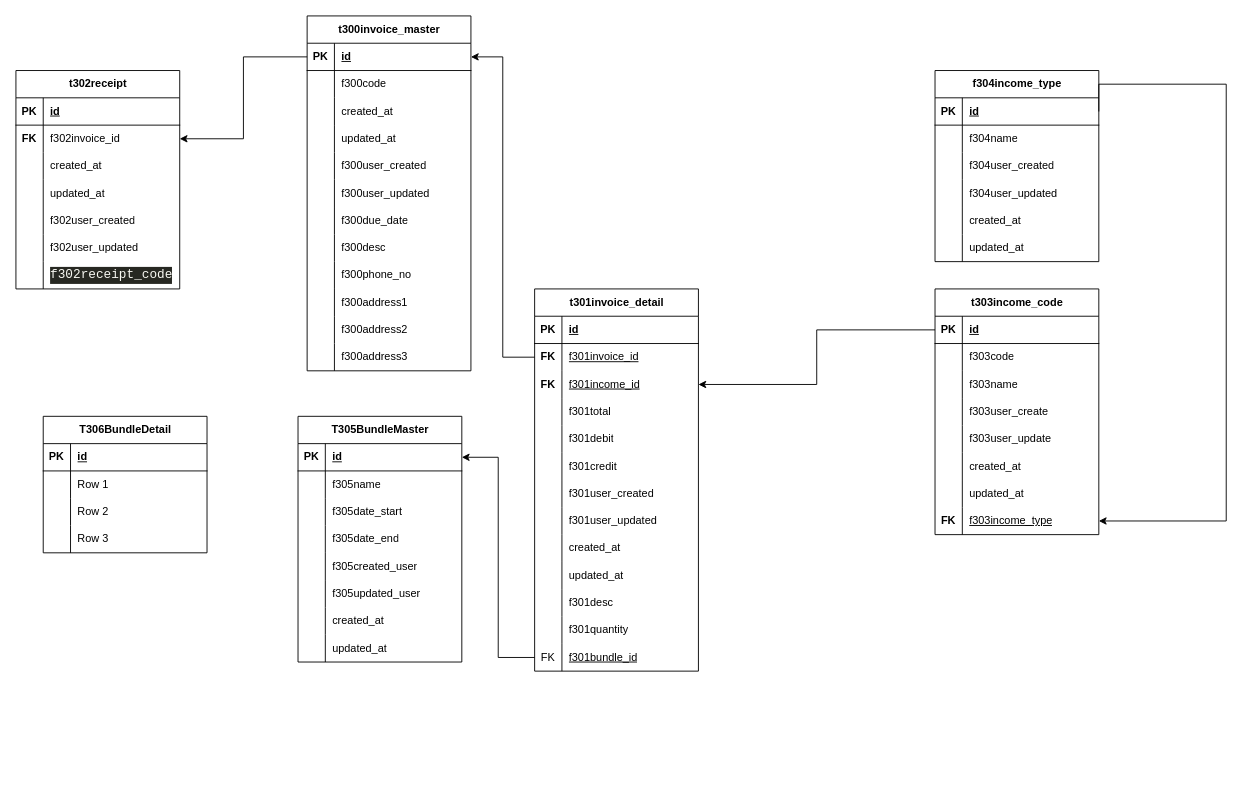
Before: page "Billing Management" (2 of 4) of rentall_app.drawio in harishaikal940322/diagram, a draw.io diagram. Source tidied: cells renumbered, new cells numbered last; positions are measured from the earlier drawing's top-left corner, leaving out a move shared by most shapes. Both pictures are drawn from the tidied source at 91%, with x=0, y=0 at pixel (15, 15).
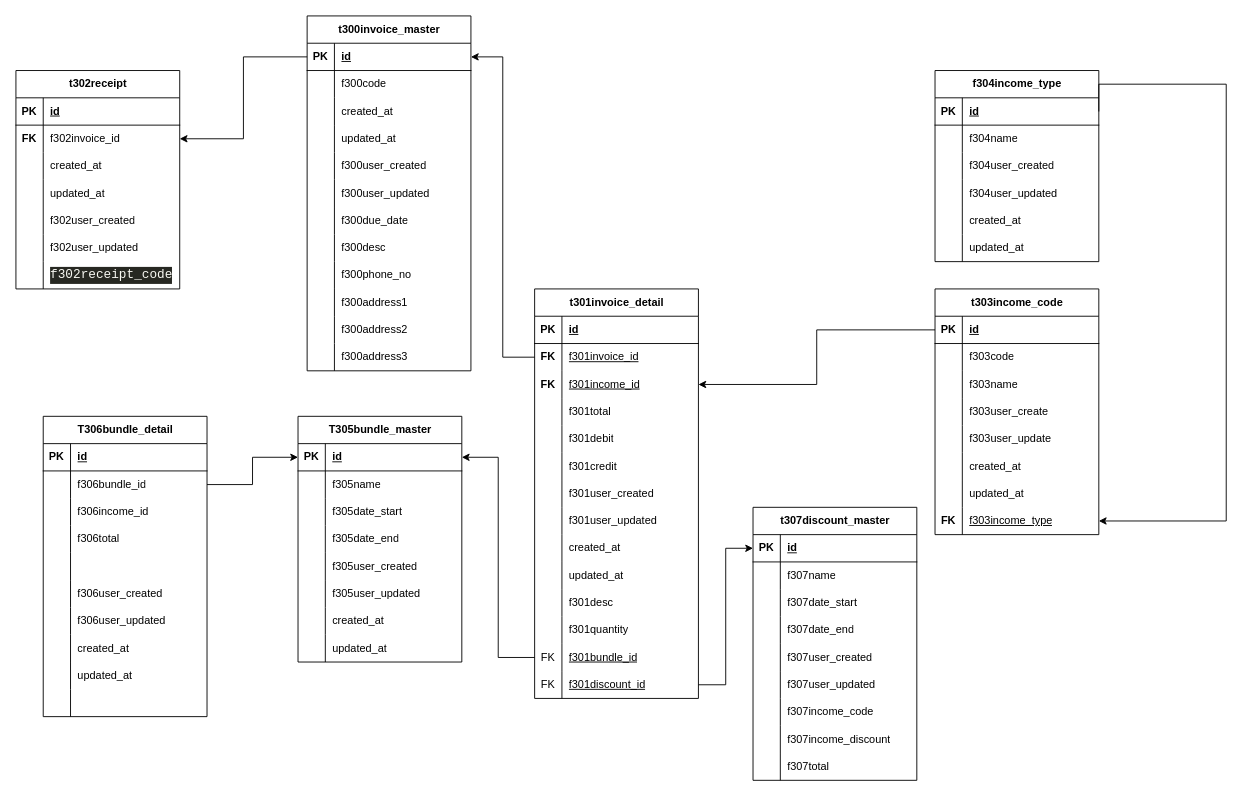
Above is the later version.

The change refers to these unchanged cells:
```xml
<mxCell id="150" style="shape=tableRow;horizontal=0;startSize=0;swimlaneHead=0;swimlaneBody=0;fillColor=none;points=[[0,0.5],[1,0.5]];portConstraint=eastwest;top=0;left=0;right=0;bottom=1;" parent="149" vertex="1">
  <mxGeometry y="30" width="180" height="30" as="geometry" />
</mxCell>
<mxCell id="162" style="shape=tableRow;horizontal=0;startSize=0;swimlaneHead=0;swimlaneBody=0;fillColor=none;top=0;left=0;right=0;bottom=0;" parent="149" vertex="1">
  <mxGeometry y="150" width="180" height="30" as="geometry" />
</mxCell>
<mxCell id="165" style="shape=tableRow;horizontal=0;startSize=0;swimlaneHead=0;swimlaneBody=0;fillColor=none;top=0;left=0;right=0;bottom=0;" parent="149" vertex="1">
  <mxGeometry y="180" width="180" height="30" as="geometry" />
</mxCell>
<mxCell id="179" style="shape=tableRow;horizontal=0;startSize=0;swimlaneHead=0;swimlaneBody=0;fillColor=none;points=[[0,0.5],[1,0.5]];portConstraint=eastwest;top=0;left=0;right=0;bottom=0;" parent="175" vertex="1">
  <mxGeometry y="60" width="180" height="30" as="geometry" />
</mxCell>
<mxCell id="182" style="shape=tableRow;horizontal=0;startSize=0;swimlaneHead=0;swimlaneBody=0;fillColor=none;top=0;left=0;right=0;bottom=0;" parent="175" vertex="1">
  <mxGeometry y="90" width="180" height="30" as="geometry" />
</mxCell>
<mxCell id="185" style="shape=tableRow;horizontal=0;startSize=0;swimlaneHead=0;swimlaneBody=0;fillColor=none;top=0;left=0;right=0;bottom=0;" parent="175" vertex="1">
  <mxGeometry y="120" width="180" height="30" as="geometry" />
</mxCell>
```

Change to the diagram source:
```diff
@@
     <mxCell id="61" value="t301invoice_detail" style="shape=table;startSize=30;childLayout=tableLayout;rowLines=0;fontStyle=1;align=center;html=1;" parent="1" vertex="1">
-      <mxGeometry x="570" y="300" width="180" height="420" as="geometry" />
+      <mxGeometry x="570" y="300" width="180" height="450" as="geometry" />
     </mxCell>
@@
+    <mxCell id="188" style="shape=tableRow;horizontal=0;startSize=0;swimlaneHead=0;swimlaneBody=0;fillColor=none;points=[[0,0.5],[1,0.5]];portConstraint=eastwest;top=0;left=0;right=0;bottom=0;" parent="61" vertex="1">
+      <mxGeometry y="420" width="180" height="30" as="geometry" />
+    </mxCell>
+    <mxCell id="189" value="FK" style="shape=partialRectangle;fillColor=none;top=0;left=0;bottom=0;right=0;overflow=hidden;whiteSpace=wrap;html=1;" parent="188" vertex="1">
+      <mxGeometry width="30" height="30" as="geometry" />
+    </mxCell>
+    <mxCell id="190" value="&lt;u&gt;f301discount_id&lt;/u&gt;" style="shape=partialRectangle;fillColor=none;top=0;left=0;bottom=0;right=0;align=left;spacingLeft=6;overflow=hidden;whiteSpace=wrap;html=1;" parent="188" vertex="1">
+      <mxGeometry x="30" width="150" height="30" as="geometry" />
+    </mxCell>
@@
-    <mxCell id="149" value="T305BundleMaster" style="shape=table;startSize=30;childLayout=tableLayout;rowLines=0;fontStyle=1;align=center;html=1;" parent="1" vertex="1">
+    <mxCell id="149" value="T305bundle_master" style="shape=table;startSize=30;childLayout=tableLayout;rowLines=0;fontStyle=1;align=center;html=1;" parent="1" vertex="1">
       <mxGeometry x="310" y="440" width="180" height="270" as="geometry" />
     </mxCell>
@@
-    <mxCell id="164" value="f305created_user" style="shape=partialRectangle;fillColor=none;top=0;left=0;bottom=0;right=0;align=left;spacingLeft=6;overflow=hidden;whiteSpace=wrap;html=1;" parent="162" vertex="1">
+    <mxCell id="164" value="f305user_created" style="shape=partialRectangle;fillColor=none;top=0;left=0;bottom=0;right=0;align=left;spacingLeft=6;overflow=hidden;whiteSpace=wrap;html=1;" parent="162" vertex="1">
       <mxGeometry x="30" width="150" height="30" as="geometry" />
     </mxCell>
@@
-    <mxCell id="167" value="f305updated_user" style="shape=partialRectangle;fillColor=none;top=0;left=0;bottom=0;right=0;align=left;spacingLeft=6;overflow=hidden;whiteSpace=wrap;html=1;" parent="165" vertex="1">
+    <mxCell id="167" value="f305user_updated" style="shape=partialRectangle;fillColor=none;top=0;left=0;bottom=0;right=0;align=left;spacingLeft=6;overflow=hidden;whiteSpace=wrap;html=1;" parent="165" vertex="1">
       <mxGeometry x="30" width="150" height="30" as="geometry" />
     </mxCell>
@@
-    <mxCell id="175" value="T306BundleDetail" style="shape=table;startSize=30;childLayout=tableLayout;rowLines=0;fontStyle=1;align=center;html=1;" parent="1" vertex="1">
-      <mxGeometry x="30" y="440" width="180" height="150" as="geometry" />
+    <mxCell id="175" value="T306bundle_detail" style="shape=table;startSize=30;childLayout=tableLayout;rowLines=0;fontStyle=1;align=center;html=1;" parent="1" vertex="1">
+      <mxGeometry x="30" y="440" width="180" height="330" as="geometry" />
     </mxCell>
@@
-    <mxCell id="181" value="Row 1" style="shape=partialRectangle;fillColor=none;top=0;left=0;bottom=0;right=0;align=left;spacingLeft=6;overflow=hidden;whiteSpace=wrap;html=1;" parent="179" vertex="1">
+    <mxCell id="181" value="f306bundle_id" style="shape=partialRectangle;fillColor=none;top=0;left=0;bottom=0;right=0;align=left;spacingLeft=6;overflow=hidden;whiteSpace=wrap;html=1;" parent="179" vertex="1">
       <mxGeometry x="30" width="150" height="30" as="geometry" />
     </mxCell>
@@
-    <mxCell id="184" value="Row 2" style="shape=partialRectangle;fillColor=none;top=0;left=0;bottom=0;right=0;align=left;spacingLeft=6;overflow=hidden;whiteSpace=wrap;html=1;" parent="182" vertex="1">
+    <mxCell id="184" value="f306income_id" style="shape=partialRectangle;fillColor=none;top=0;left=0;bottom=0;right=0;align=left;spacingLeft=6;overflow=hidden;whiteSpace=wrap;html=1;" parent="182" vertex="1">
       <mxGeometry x="30" width="150" height="30" as="geometry" />
     </mxCell>
@@
-    <mxCell id="187" value="Row 3" style="shape=partialRectangle;fillColor=none;top=0;left=0;bottom=0;right=0;align=left;spacingLeft=6;overflow=hidden;whiteSpace=wrap;html=1;" parent="185" vertex="1">
+    <mxCell id="187" value="f306total" style="shape=partialRectangle;fillColor=none;top=0;left=0;bottom=0;right=0;align=left;spacingLeft=6;overflow=hidden;whiteSpace=wrap;html=1;" parent="185" vertex="1">
       <mxGeometry x="30" width="150" height="30" as="geometry" />
     </mxCell>
+    <mxCell id="191" style="shape=tableRow;horizontal=0;startSize=0;swimlaneHead=0;swimlaneBody=0;fillColor=none;top=0;left=0;right=0;bottom=0;" parent="175" vertex="1">
+      <mxGeometry y="150" width="180" height="30" as="geometry" />
+    </mxCell>
+    <mxCell id="192" style="shape=partialRectangle;fillColor=none;top=0;left=0;bottom=0;right=0;overflow=hidden;whiteSpace=wrap;html=1;" parent="191" vertex="1">
+      <mxGeometry width="30" height="30" as="geometry" />
+    </mxCell>
+    <mxCell id="193" style="shape=partialRectangle;fillColor=none;top=0;left=0;bottom=0;right=0;align=left;spacingLeft=6;overflow=hidden;whiteSpace=wrap;html=1;" parent="191" vertex="1">
+      <mxGeometry x="30" width="150" height="30" as="geometry" />
+    </mxCell>
+    <mxCell id="194" style="shape=tableRow;horizontal=0;startSize=0;swimlaneHead=0;swimlaneBody=0;fillColor=none;top=0;left=0;right=0;bottom=0;" parent="175" vertex="1">
+      <mxGeometry y="180" width="180" height="30" as="geometry" />
+    </mxCell>
+    <mxCell id="195" style="shape=partialRectangle;fillColor=none;top=0;left=0;bottom=0;right=0;overflow=hidden;whiteSpace=wrap;html=1;" parent="194" vertex="1">
+      <mxGeometry width="30" height="30" as="geometry" />
+    </mxCell>
+    <mxCell id="196" value="f306user_created" style="shape=partialRectangle;fillColor=none;top=0;left=0;bottom=0;right=0;align=left;spacingLeft=6;overflow=hidden;whiteSpace=wrap;html=1;" parent="194" vertex="1">
+      <mxGeometry x="30" width="150" height="30" as="geometry" />
+    </mxCell>
+    <mxCell id="197" style="shape=tableRow;horizontal=0;startSize=0;swimlaneHead=0;swimlaneBody=0;fillColor=none;top=0;left=0;right=0;bottom=0;" parent="175" vertex="1">
+      <mxGeometry y="210" width="180" height="30" as="geometry" />
+    </mxCell>
+    <mxCell id="198" style="shape=partialRectangle;fillColor=none;top=0;left=0;bottom=0;right=0;overflow=hidden;whiteSpace=wrap;html=1;" parent="197" vertex="1">
+      <mxGeometry width="30" height="30" as="geometry" />
+    </mxCell>
+    <mxCell id="199" value="f306user_updated" style="shape=partialRectangle;fillColor=none;top=0;left=0;bottom=0;right=0;align=left;spacingLeft=6;overflow=hidden;whiteSpace=wrap;html=1;" parent="197" vertex="1">
+      <mxGeometry x="30" width="150" height="30" as="geometry" />
+    </mxCell>
+    <mxCell id="200" style="shape=tableRow;horizontal=0;startSize=0;swimlaneHead=0;swimlaneBody=0;fillColor=none;top=0;left=0;right=0;bottom=0;" parent="175" vertex="1">
+      <mxGeometry y="240" width="180" height="30" as="geometry" />
+    </mxCell>
+    <mxCell id="201" style="shape=partialRectangle;fillColor=none;top=0;left=0;bottom=0;right=0;overflow=hidden;whiteSpace=wrap;html=1;" parent="200" vertex="1">
+      <mxGeometry width="30" height="30" as="geometry" />
+    </mxCell>
+    <mxCell id="202" value="created_at" style="shape=partialRectangle;fillColor=none;top=0;left=0;bottom=0;right=0;align=left;spacingLeft=6;overflow=hidden;whiteSpace=wrap;html=1;" parent="200" vertex="1">
+      <mxGeometry x="30" width="150" height="30" as="geometry" />
+    </mxCell>
+    <mxCell id="203" style="shape=tableRow;horizontal=0;startSize=0;swimlaneHead=0;swimlaneBody=0;fillColor=none;top=0;left=0;right=0;bottom=0;" parent="175" vertex="1">
+      <mxGeometry y="270" width="180" height="30" as="geometry" />
+    </mxCell>
+    <mxCell id="204" style="shape=partialRectangle;fillColor=none;top=0;left=0;bottom=0;right=0;overflow=hidden;whiteSpace=wrap;html=1;" parent="203" vertex="1">
+      <mxGeometry width="30" height="30" as="geometry" />
+    </mxCell>
+    <mxCell id="205" value="updated_at" style="shape=partialRectangle;fillColor=none;top=0;left=0;bottom=0;right=0;align=left;spacingLeft=6;overflow=hidden;whiteSpace=wrap;html=1;" parent="203" vertex="1">
+      <mxGeometry x="30" width="150" height="30" as="geometry" />
+    </mxCell>
+    <mxCell id="206" style="shape=tableRow;horizontal=0;startSize=0;swimlaneHead=0;swimlaneBody=0;fillColor=none;top=0;left=0;right=0;bottom=0;" parent="175" vertex="1">
+      <mxGeometry y="300" width="180" height="30" as="geometry" />
+    </mxCell>
+    <mxCell id="207" style="shape=partialRectangle;fillColor=none;top=0;left=0;bottom=0;right=0;overflow=hidden;whiteSpace=wrap;html=1;" parent="206" vertex="1">
+      <mxGeometry width="30" height="30" as="geometry" />
+    </mxCell>
+    <mxCell id="208" style="shape=partialRectangle;fillColor=none;top=0;left=0;bottom=0;right=0;align=left;spacingLeft=6;overflow=hidden;whiteSpace=wrap;html=1;" parent="206" vertex="1">
+      <mxGeometry x="30" width="150" height="30" as="geometry" />
+    </mxCell>
+    <mxCell id="209" style="edgeStyle=orthogonalEdgeStyle;rounded=0;jettySize=auto;html=1;exitX=1;exitY=0.5;exitDx=0;exitDy=0;entryX=0;entryY=0.5;entryDx=0;entryDy=0;" parent="1" edge="1" source="179" target="150">
+      <mxGeometry relative="1" as="geometry" />
+    </mxCell>
+    <mxCell id="210" value="t307discount_master" style="shape=table;startSize=30;childLayout=tableLayout;rowLines=0;fontStyle=1;align=center;html=1;" parent="1" vertex="1">
+      <mxGeometry x="810" y="540" width="180" height="300" as="geometry" />
+    </mxCell>
+    <mxCell id="211" style="shape=tableRow;horizontal=0;startSize=0;swimlaneHead=0;swimlaneBody=0;fillColor=none;points=[[0,0.5],[1,0.5]];portConstraint=eastwest;top=0;left=0;right=0;bottom=1;" parent="210" vertex="1">
+      <mxGeometry y="30" width="180" height="30" as="geometry" />
+    </mxCell>
+    <mxCell id="212" value="PK" style="shape=partialRectangle;fillColor=none;top=0;left=0;bottom=0;right=0;fontStyle=1;overflow=hidden;whiteSpace=wrap;html=1;" parent="211" vertex="1">
+      <mxGeometry width="30" height="30" as="geometry" />
+    </mxCell>
+    <mxCell id="213" value="id" style="shape=partialRectangle;fillColor=none;top=0;left=0;bottom=0;right=0;align=left;spacingLeft=6;fontStyle=5;overflow=hidden;whiteSpace=wrap;html=1;" parent="211" vertex="1">
+      <mxGeometry x="30" width="150" height="30" as="geometry" />
+    </mxCell>
+    <mxCell id="214" style="shape=tableRow;horizontal=0;startSize=0;swimlaneHead=0;swimlaneBody=0;fillColor=none;top=0;left=0;right=0;bottom=0;" parent="210" vertex="1">
+      <mxGeometry y="60" width="180" height="30" as="geometry" />
+    </mxCell>
+    <mxCell id="215" style="shape=partialRectangle;fillColor=none;top=0;left=0;bottom=0;right=0;overflow=hidden;whiteSpace=wrap;html=1;" parent="214" vertex="1">
+      <mxGeometry width="30" height="30" as="geometry" />
+    </mxCell>
+    <mxCell id="216" value="f307name" style="shape=partialRectangle;fillColor=none;top=0;left=0;bottom=0;right=0;align=left;spacingLeft=6;overflow=hidden;whiteSpace=wrap;html=1;" parent="214" vertex="1">
+      <mxGeometry x="30" width="150" height="30" as="geometry" />
+    </mxCell>
+    <mxCell id="217" style="shape=tableRow;horizontal=0;startSize=0;swimlaneHead=0;swimlaneBody=0;fillColor=none;top=0;left=0;right=0;bottom=0;" parent="210" vertex="1">
+      <mxGeometry y="90" width="180" height="30" as="geometry" />
+    </mxCell>
+    <mxCell id="218" style="shape=partialRectangle;fillColor=none;top=0;left=0;bottom=0;right=0;overflow=hidden;whiteSpace=wrap;html=1;" parent="217" vertex="1">
+      <mxGeometry width="30" height="30" as="geometry" />
+    </mxCell>
+    <mxCell id="219" value="f307date_start" style="shape=partialRectangle;fillColor=none;top=0;left=0;bottom=0;right=0;align=left;spacingLeft=6;overflow=hidden;whiteSpace=wrap;html=1;" parent="217" vertex="1">
+      <mxGeometry x="30" width="150" height="30" as="geometry" />
+    </mxCell>
+    <mxCell id="220" style="shape=tableRow;horizontal=0;startSize=0;swimlaneHead=0;swimlaneBody=0;fillColor=none;top=0;left=0;right=0;bottom=0;" parent="210" vertex="1">
+      <mxGeometry y="120" width="180" height="30" as="geometry" />
+    </mxCell>
+    <mxCell id="221" style="shape=partialRectangle;fillColor=none;top=0;left=0;bottom=0;right=0;overflow=hidden;whiteSpace=wrap;html=1;" parent="220" vertex="1">
+      <mxGeometry width="30" height="30" as="geometry" />
+    </mxCell>
+    <mxCell id="222" value="f307date_end" style="shape=partialRectangle;fillColor=none;top=0;left=0;bottom=0;right=0;align=left;spacingLeft=6;overflow=hidden;whiteSpace=wrap;html=1;" parent="220" vertex="1">
+      <mxGeometry x="30" width="150" height="30" as="geometry" />
+    </mxCell>
+    <mxCell id="223" style="shape=tableRow;horizontal=0;startSize=0;swimlaneHead=0;swimlaneBody=0;fillColor=none;top=0;left=0;right=0;bottom=0;" parent="210" vertex="1">
+      <mxGeometry y="150" width="180" height="30" as="geometry" />
+    </mxCell>
+    <mxCell id="224" style="shape=partialRectangle;fillColor=none;top=0;left=0;bottom=0;right=0;overflow=hidden;whiteSpace=wrap;html=1;" parent="223" vertex="1">
+      <mxGeometry width="30" height="30" as="geometry" />
+    </mxCell>
+    <mxCell id="225" value="f307user_created" style="shape=partialRectangle;fillColor=none;top=0;left=0;bottom=0;right=0;align=left;spacingLeft=6;overflow=hidden;whiteSpace=wrap;html=1;" parent="223" vertex="1">
+      <mxGeometry x="30" width="150" height="30" as="geometry" />
+    </mxCell>
+    <mxCell id="226" style="shape=tableRow;horizontal=0;startSize=0;swimlaneHead=0;swimlaneBody=0;fillColor=none;top=0;left=0;right=0;bottom=0;" parent="210" vertex="1">
+      <mxGeometry y="180" width="180" height="30" as="geometry" />
+    </mxCell>
+    <mxCell id="227" style="shape=partialRectangle;fillColor=none;top=0;left=0;bottom=0;right=0;overflow=hidden;whiteSpace=wrap;html=1;" parent="226" vertex="1">
+      <mxGeometry width="30" height="30" as="geometry" />
+    </mxCell>
+    <mxCell id="228" value="f307user_updated" style="shape=partialRectangle;fillColor=none;top=0;left=0;bottom=0;right=0;align=left;spacingLeft=6;overflow=hidden;whiteSpace=wrap;html=1;" parent="226" vertex="1">
+      <mxGeometry x="30" width="150" height="30" as="geometry" />
+    </mxCell>
+    <mxCell id="229" style="shape=tableRow;horizontal=0;startSize=0;swimlaneHead=0;swimlaneBody=0;fillColor=none;top=0;left=0;right=0;bottom=0;" parent="210" vertex="1">
+      <mxGeometry y="210" width="180" height="30" as="geometry" />
+    </mxCell>
+    <mxCell id="230" style="shape=partialRectangle;fillColor=none;top=0;left=0;bottom=0;right=0;overflow=hidden;whiteSpace=wrap;html=1;" parent="229" vertex="1">
+      <mxGeometry width="30" height="30" as="geometry" />
+    </mxCell>
+    <mxCell id="231" value="f307income_code" style="shape=partialRectangle;fillColor=none;top=0;left=0;bottom=0;right=0;align=left;spacingLeft=6;overflow=hidden;whiteSpace=wrap;html=1;" parent="229" vertex="1">
+      <mxGeometry x="30" width="150" height="30" as="geometry" />
+    </mxCell>
+    <mxCell id="232" style="shape=tableRow;horizontal=0;startSize=0;swimlaneHead=0;swimlaneBody=0;fillColor=none;top=0;left=0;right=0;bottom=0;" parent="210" vertex="1">
+      <mxGeometry y="240" width="180" height="30" as="geometry" />
+    </mxCell>
+    <mxCell id="233" style="shape=partialRectangle;fillColor=none;top=0;left=0;bottom=0;right=0;overflow=hidden;whiteSpace=wrap;html=1;" parent="232" vertex="1">
+      <mxGeometry width="30" height="30" as="geometry" />
+    </mxCell>
+    <mxCell id="234" value="f307income_discount" style="shape=partialRectangle;fillColor=none;top=0;left=0;bottom=0;right=0;align=left;spacingLeft=6;overflow=hidden;whiteSpace=wrap;html=1;" parent="232" vertex="1">
+      <mxGeometry x="30" width="150" height="30" as="geometry" />
+    </mxCell>
+    <mxCell id="235" style="shape=tableRow;horizontal=0;startSize=0;swimlaneHead=0;swimlaneBody=0;fillColor=none;top=0;left=0;right=0;bottom=0;" parent="210" vertex="1">
+      <mxGeometry y="270" width="180" height="30" as="geometry" />
+    </mxCell>
+    <mxCell id="236" style="shape=partialRectangle;fillColor=none;top=0;left=0;bottom=0;right=0;overflow=hidden;whiteSpace=wrap;html=1;" parent="235" vertex="1">
+      <mxGeometry width="30" height="30" as="geometry" />
+    </mxCell>
+    <mxCell id="237" value="f307total" style="shape=partialRectangle;fillColor=none;top=0;left=0;bottom=0;right=0;align=left;spacingLeft=6;overflow=hidden;whiteSpace=wrap;html=1;" parent="235" vertex="1">
+      <mxGeometry x="30" width="150" height="30" as="geometry" />
+    </mxCell>
+    <mxCell id="238" style="edgeStyle=orthogonalEdgeStyle;rounded=0;jettySize=auto;html=1;exitX=1;exitY=0.5;exitDx=0;exitDy=0;entryX=0;entryY=0.5;entryDx=0;entryDy=0;" parent="1" edge="1" source="188" target="211">
+      <mxGeometry relative="1" as="geometry" />
+    </mxCell>
```
